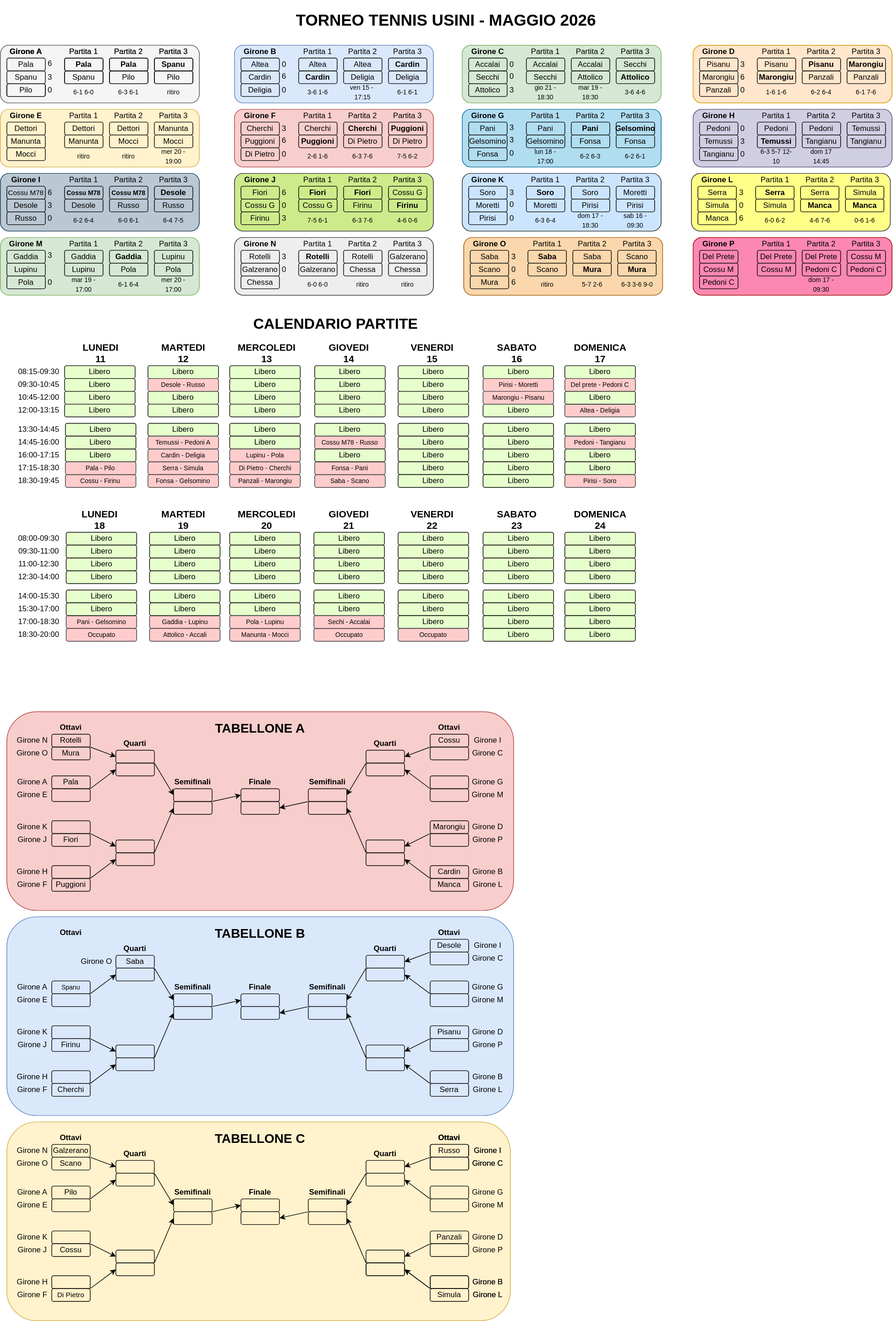
Above: torneo-tennis-2026/tabellone.drawio.svg in cscalaresu/tornei (draw.io), before the change. Source tidied: cells renumbered, new cells last; positions are measured from the earlier drawing's top-left corner, leaving out a move shared by most shapes.
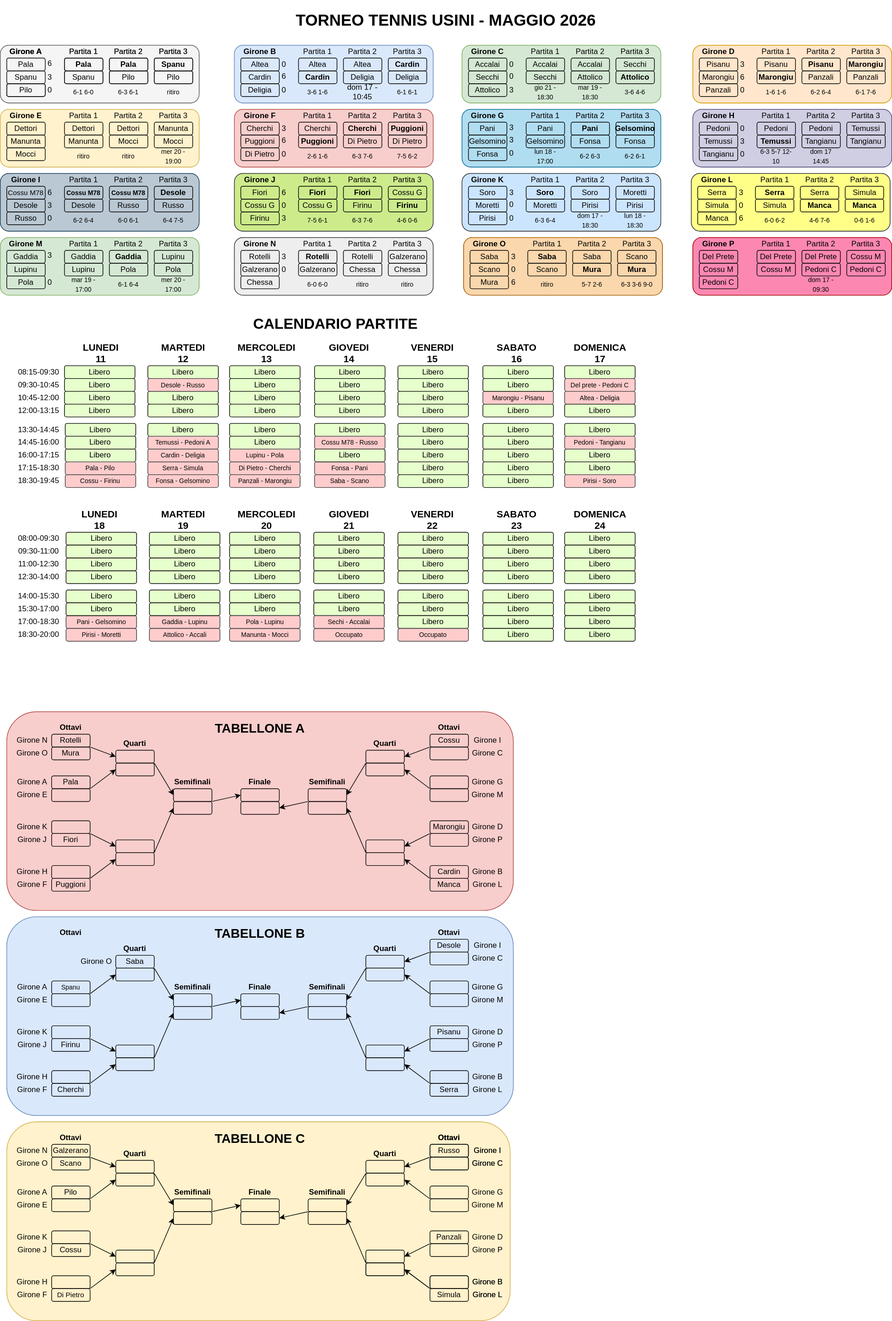
After the change.

Diff of the diagram source:
```diff
@@ -2294,12 +2294,9 @@
     <mxCell id="760" value="&lt;font size=&quot;1&quot;&gt;dom 17 - 18:30&lt;/font&gt;" style="text;html=1;whiteSpace=wrap;strokeColor=none;fillColor=none;align=center;verticalAlign=middle;rounded=0;" parent="1" vertex="1">
       <mxGeometry x="890" y="330" width="60" height="25" as="geometry" />
     </mxCell>
-    <mxCell id="761" value="&lt;font size=&quot;1&quot;&gt;sab 16 - 09:30&lt;/font&gt;" style="text;html=1;whiteSpace=wrap;strokeColor=none;fillColor=none;align=center;verticalAlign=middle;rounded=0;" parent="1" vertex="1">
+    <mxCell id="761" value="&lt;font size=&quot;1&quot;&gt;lun 18 - 18:30&lt;/font&gt;" style="text;html=1;whiteSpace=wrap;strokeColor=none;fillColor=none;align=center;verticalAlign=middle;rounded=0;" parent="1" vertex="1">
       <mxGeometry x="960" y="330" width="60" height="25" as="geometry" />
     </mxCell>
-    <mxCell id="762" value="&lt;font style=&quot;font-size: 10px;&quot;&gt;Pirisi - Moretti&lt;/font&gt;" style="rounded=1;whiteSpace=wrap;html=1;fillColor=#ffcccc;strokeColor=#36393d;" parent="1" vertex="1">
-      <mxGeometry x="752.5" y="590" width="110" height="20" as="geometry" />
-    </mxCell>
     <mxCell id="763" value="&lt;font style=&quot;font-size: 10px;&quot;&gt;6-3 3-6 9-0&lt;/font&gt;" style="text;html=1;whiteSpace=wrap;strokeColor=none;fillColor=none;align=center;verticalAlign=middle;rounded=0;" parent="1" vertex="1">
       <mxGeometry x="962.5" y="430" width="60" height="25" as="geometry" />
     </mxCell>
@@ -2394,9 +2391,9 @@
       <mxGeometry x="880" y="590" width="110" height="20" as="geometry" />
     </mxCell>
     <mxCell id="794" value="&lt;font style=&quot;font-size: 10px;&quot;&gt;Altea - Deligia&lt;/font&gt;" style="rounded=1;whiteSpace=wrap;html=1;fillColor=#ffcccc;strokeColor=#36393d;" parent="1" vertex="1">
-      <mxGeometry x="880" y="630" width="110" height="20" as="geometry" />
+      <mxGeometry x="880" y="610" width="110" height="20" as="geometry" />
     </mxCell>
-    <mxCell id="795" value="&lt;font style=&quot;font-size: 10px;&quot;&gt;ven 15 -&amp;nbsp;&lt;/font&gt;&lt;div&gt;&lt;font style=&quot;font-size: 10px;&quot;&gt;17:15&lt;/font&gt;&lt;/div&gt;" style="text;html=1;whiteSpace=wrap;strokeColor=none;fillColor=none;align=center;verticalAlign=middle;rounded=0;" parent="1" vertex="1">
+    <mxCell id="795" value="dom 17 - 10:45" style="text;html=1;whiteSpace=wrap;strokeColor=none;fillColor=none;align=center;verticalAlign=middle;rounded=0;" parent="1" vertex="1">
       <mxGeometry x="535" y="130" width="60" height="25" as="geometry" />
     </mxCell>
     <mxCell id="796" value="3" style="text;html=1;whiteSpace=wrap;strokeColor=none;fillColor=none;align=center;verticalAlign=middle;rounded=0;" parent="1" vertex="1">
@@ -2645,7 +2642,7 @@
     <mxCell id="877" value="Libero" style="rounded=1;whiteSpace=wrap;html=1;fillColor=#E6FFCC;" parent="1" vertex="1">
       <mxGeometry x="101.2" y="680" width="110" height="20" as="geometry" />
     </mxCell>
-    <mxCell id="878" value="&lt;font style=&quot;font-size: 10px;&quot;&gt;Occupato&lt;/font&gt;" style="rounded=1;whiteSpace=wrap;html=1;fillColor=#ffcccc;strokeColor=#36393d;" parent="1" vertex="1">
+    <mxCell id="878" value="&lt;font style=&quot;font-size: 10px;&quot;&gt;Pirisi - Moretti&lt;/font&gt;" style="rounded=1;whiteSpace=wrap;html=1;fillColor=#ffcccc;strokeColor=#36393d;" parent="1" vertex="1">
       <mxGeometry x="102.5" y="980" width="110" height="20" as="geometry" />
     </mxCell>
     <mxCell id="879" value="0" style="text;html=1;whiteSpace=wrap;strokeColor=none;fillColor=none;align=center;verticalAlign=middle;rounded=0;" parent="1" vertex="1">
@@ -2706,7 +2703,7 @@
       <mxGeometry x="752.5" y="680" width="110" height="20" as="geometry" />
     </mxCell>
     <mxCell id="898" value="Libero" style="rounded=1;whiteSpace=wrap;html=1;fontStyle=0;fillColor=#E6FFCC;" parent="1" vertex="1">
-      <mxGeometry x="880" y="610" width="110" height="20" as="geometry" />
+      <mxGeometry x="880" y="630" width="110" height="20" as="geometry" />
     </mxCell>
     <mxCell id="899" value="Libero" style="rounded=1;whiteSpace=wrap;html=1;fillColor=#E6FFCC;" parent="1" vertex="1">
       <mxGeometry x="620" y="660" width="110" height="20" as="geometry" />
@@ -2723,5 +2720,8 @@
     <mxCell id="903" value="Libero" style="rounded=1;whiteSpace=wrap;html=1;fillColor=#E6FFCC;" parent="1" vertex="1">
       <mxGeometry x="620" y="680" width="110" height="20" as="geometry" />
     </mxCell>
+    <mxCell id="904" value="Libero" style="rounded=1;whiteSpace=wrap;html=1;fontStyle=0;fillColor=#E6FFCC;" parent="1" vertex="1">
+      <mxGeometry x="752.5" y="590" width="110" height="20" as="geometry" />
+    </mxCell>
   </root>
 </mxGraphModel>
```
